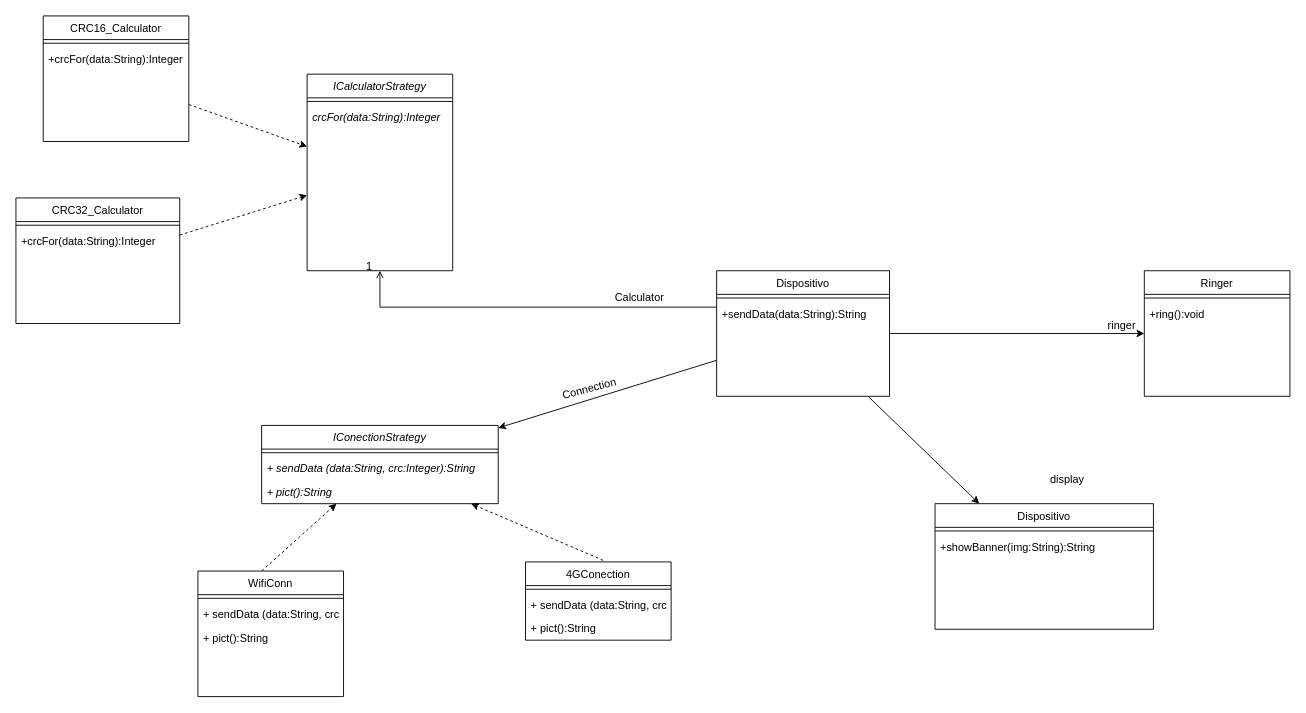
Earlier version of the draw.io diagram p3e3.drawio (santolp/oo2). Source tidied: cells renumbered, new cells numbered last; positions are measured from the earlier drawing's top-left corner, leaving out a move shared by most shapes. Both pictures are drawn from the tidied source at 91%, with x=0, y=0 at pixel (15, 15).
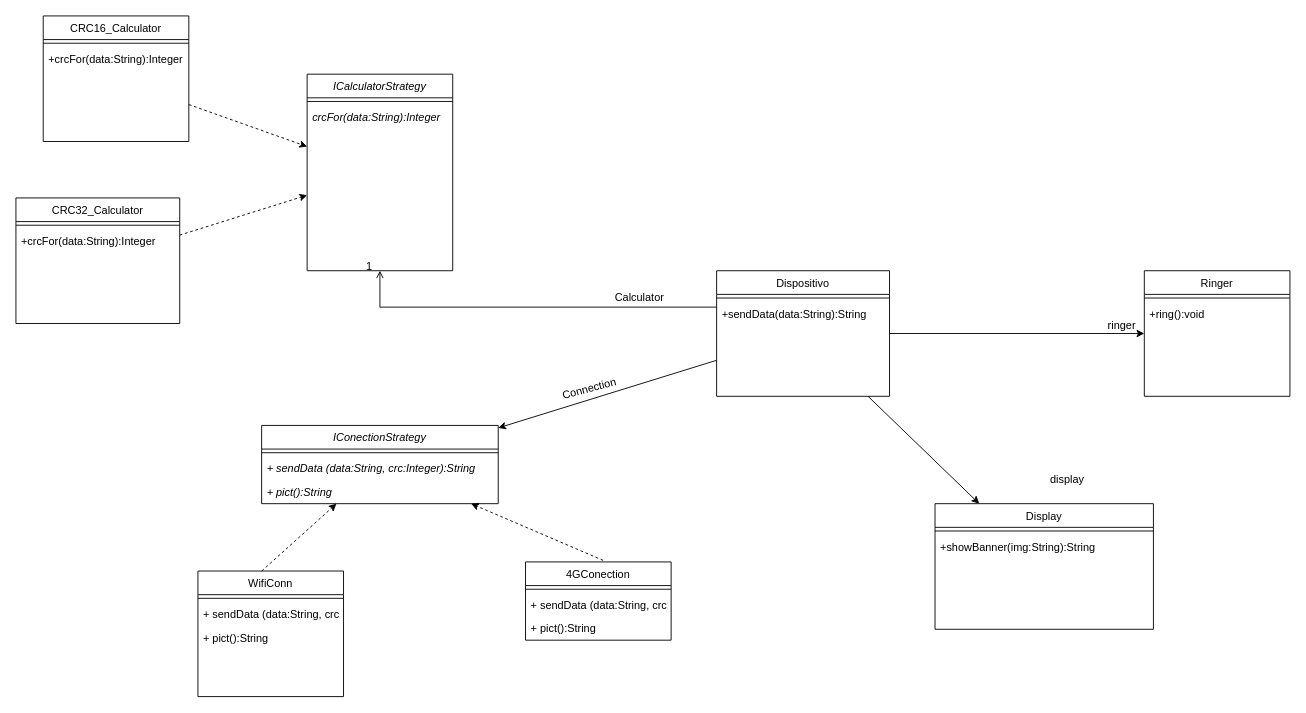
After the change.

What changed in the source:
```diff
@@
-    <mxCell id="38" value="Dispositivo" style="swimlane;fontStyle=0;align=center;verticalAlign=top;horizontal=1;startSize=26;rounded=0;shadow=0;strokeWidth=1;" parent="1" vertex="1">
+    <mxCell id="38" value="Display" style="swimlane;fontStyle=0;align=center;verticalAlign=top;horizontal=1;startSize=26;rounded=0;shadow=0;strokeWidth=1;" parent="1" vertex="1">
       <mxGeometry x="1010" y="536" width="240" height="138" as="geometry" />
     </mxCell>
```
